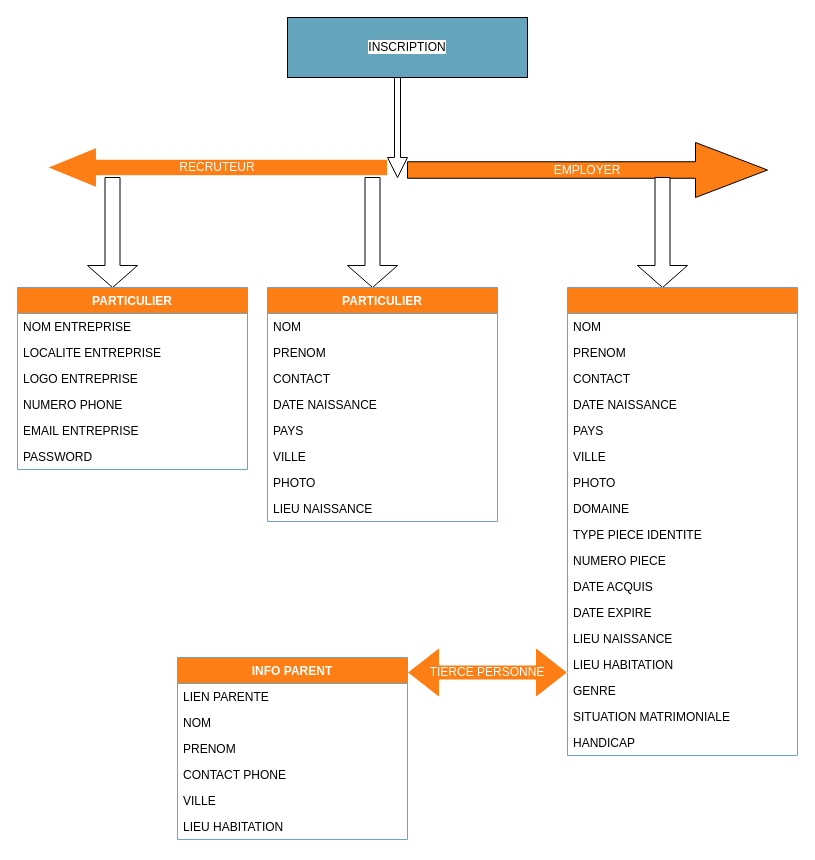
Before: AT_RM.drawio in DavidDem249/diagrams, a draw.io diagram. Source tidied: cells renumbered, new cells numbered last; positions are measured from the earlier drawing's top-left corner, leaving out a move shared by most shapes. Both pictures are drawn from the tidied source at 100%, with x=0, y=0 at pixel (17, 17).
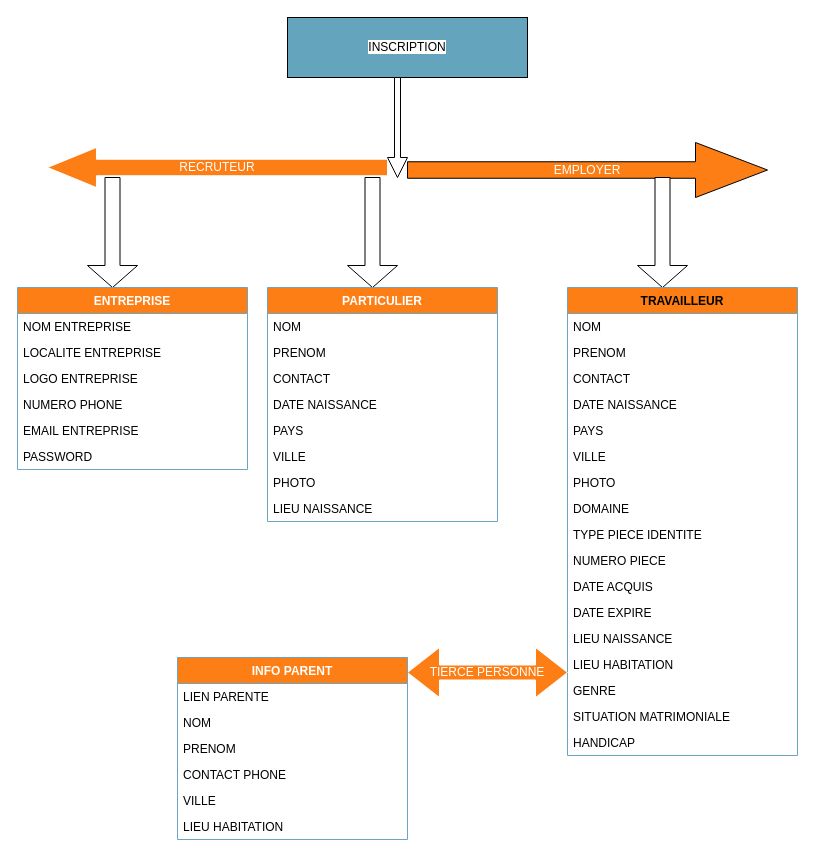
After the change.

What changed in the source:
```diff
@@
-    <mxCell id="9" value="PARTICULIER" style="swimlane;fontStyle=1;align=center;verticalAlign=top;horizontal=1;startSize=26;strokeColor=#6CA5C2;fillColor=#fd7e14;fontColor=#FFFFFF;" parent="1" vertex="1">
+    <mxCell id="9" value="ENTREPRISE" style="swimlane;fontStyle=1;align=center;verticalAlign=top;horizontal=1;startSize=26;strokeColor=#6CA5C2;fillColor=#fd7e14;fontColor=#FFFFFF;" parent="1" vertex="1">
       <mxGeometry y="270" width="230" height="182" as="geometry" />
     </mxCell>
@@
-    <mxCell id="16" style="swimlane;fontStyle=1;align=center;verticalAlign=top;horizontal=1;startSize=26;strokeColor=#6CA5C2;fillColor=#fd7e14;" parent="1" vertex="1">
+    <mxCell id="16" value="TRAVAILLEUR" style="swimlane;fontStyle=1;align=center;verticalAlign=top;horizontal=1;startSize=26;strokeColor=#6CA5C2;fillColor=#fd7e14;" parent="1" vertex="1">
       <mxGeometry x="550" y="270" width="230" height="468" as="geometry" />
     </mxCell>
```
